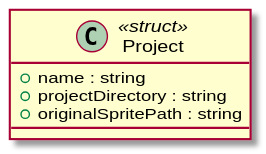
streepje8/ToolDev2023 keeps this PlantUML diagram as UML/ProjectSystem/Project.svg. Above is the earlier version.
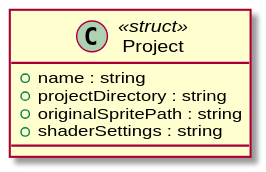
Above is the later version.

The edit, as a diff of the source:
```diff
@@ -3,5 +3,6 @@
     + name : string
     + projectDirectory : string
     + originalSpritePath : string
+    + shaderSettings : string
 }
 @enduml
```
